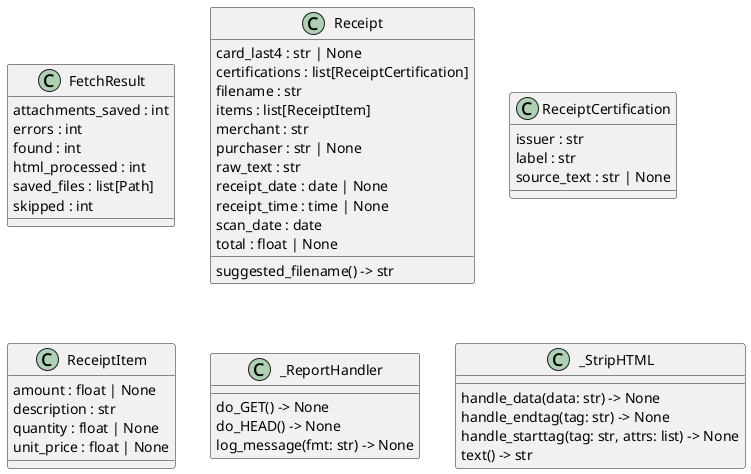
Above: docs/diagrams/python-classes.puml.png in casonk/intake (PlantUML), before the change.
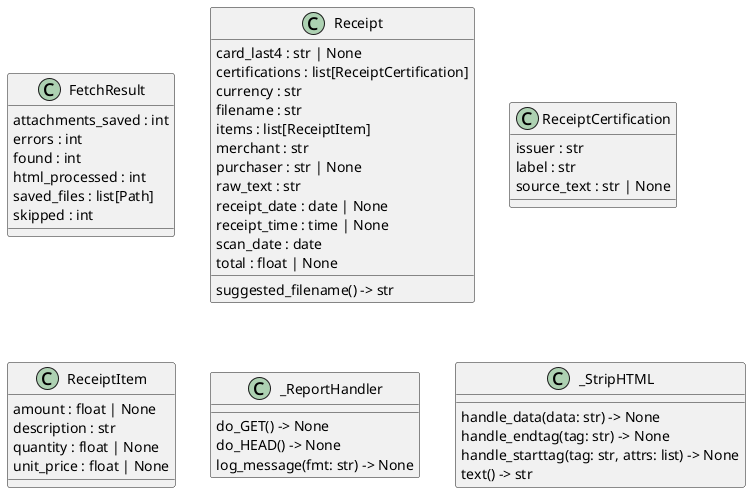
After the commit.

The edit, as a diff of the source:
```diff
@@ -11,6 +11,7 @@
 class "Receipt" as intake.parse.Receipt {
   card_last4 : str | None
   certifications : list[ReceiptCertification]
+  currency : str
   filename : str
   items : list[ReceiptItem]
   merchant : str
```
